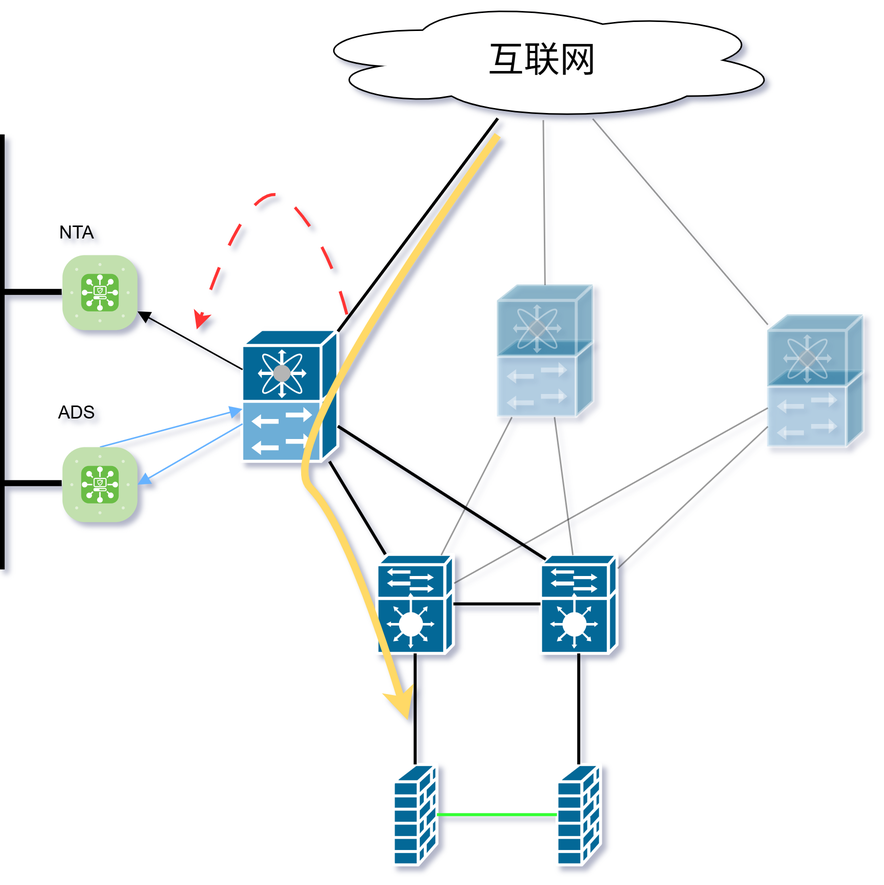
Earlier version of the draw.io export 互联网出口.drawio.png (tfluo/drawio). Source tidied: cells renumbered, new cells last; positions are measured from the earlier drawing's top-left corner, leaving out a move shared by most shapes.
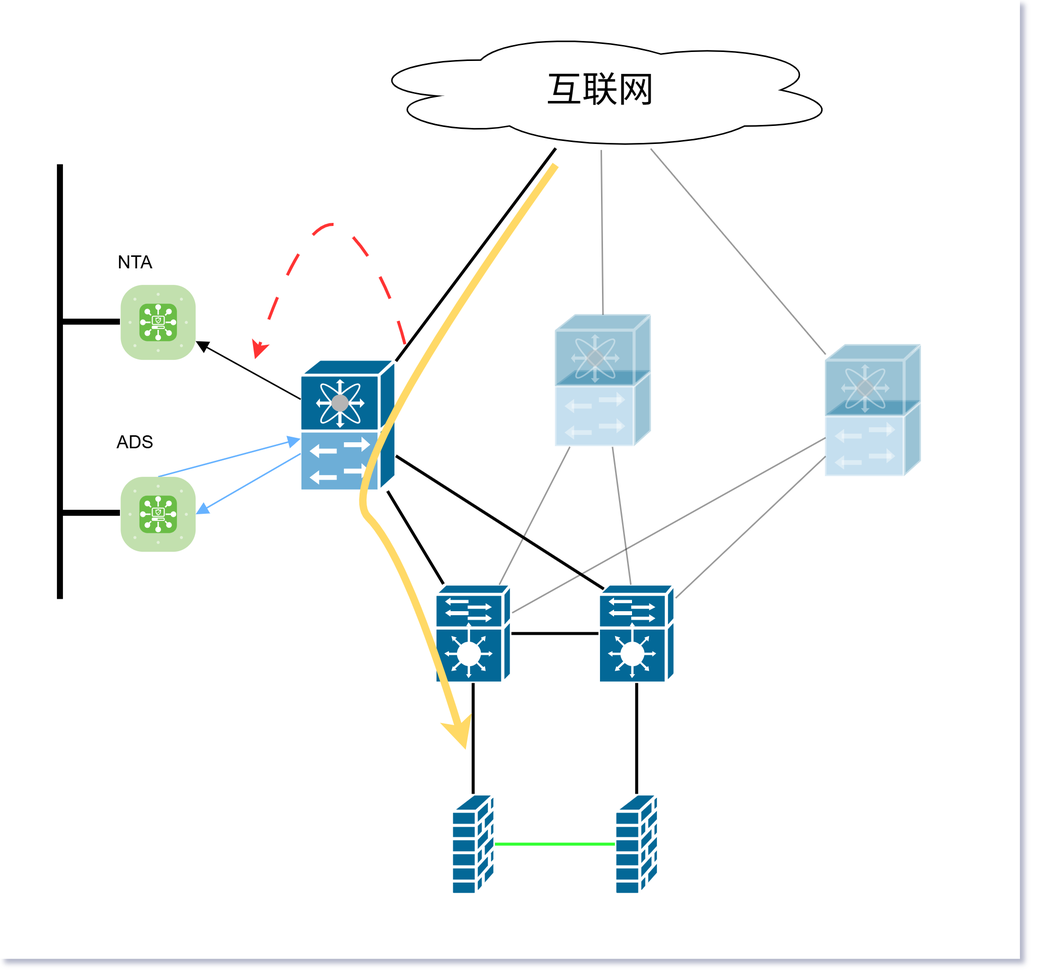
After the change.

Commit message:
已添加 互联网出口.drawio.png

The edit, as a diff of the source:
```diff
@@ -2,6 +2,9 @@
   <root>
     <mxCell id="0" />
     <mxCell id="1" parent="0" />
+    <mxCell id="35" style="rounded=0;whiteSpace=wrap;html=1;strokeColor=none;" parent="1" vertex="1">
+      <mxGeometry x="-40" y="-20" width="680" height="640" as="geometry" />
+    </mxCell>
     <mxCell id="2" style="sketch=0;html=1;dashed=0;fillColor=#036897;strokeColor=#ffffff;strokeWidth=2;verticalLabelPosition=bottom;verticalAlign=top;align=center;outlineConnect=0;shape=mxgraph.cisco.controllers_and_modules.10ge_fcoe;" parent="1" vertex="1">
       <mxGeometry x="160" y="220" width="64" height="88" as="geometry" />
     </mxCell>
```
